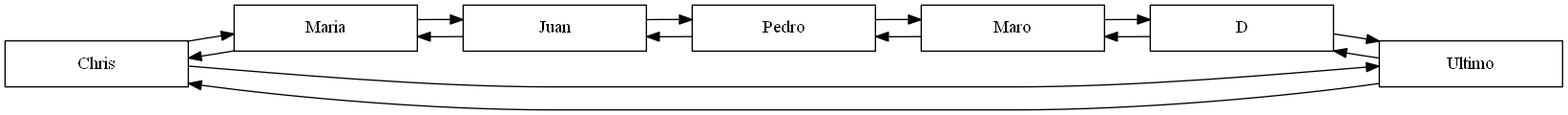
Above: scrabble/ReporteDiccionario.png in ChrisUSAC/EDD_1S2020_PY1_201709272 (Graphviz), before the change. Its source is kept beside it as scrabble/ReporteDiccionario.dot.
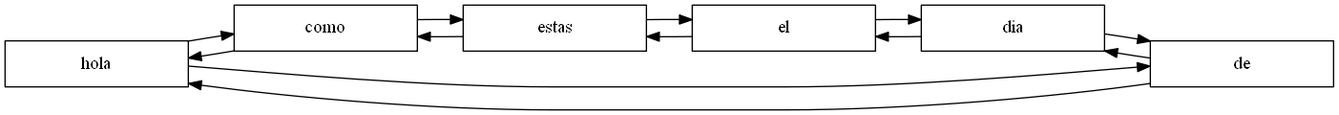
Above is the later version.

Diff of the diagram source:
```diff
@@ -1,13 +1,12 @@
 digraph G{
 rankdir=LR
 node[ shape = box]
-0[label = "Chris" width=2.0 ];
-1[label = "Maria" width=2.0 ];
-2[label = "Juan" width=2.0 ];
-3[label = "Pedro" width=2.0 ];
-4[label = "Maro" width=2.0 ];
-5[label = "D" width=2.0 ];
-6[label = "Ultimo" width=2.0 ];
+0[label = "hola" width=2.0 ];
+1[label = "como" width=2.0 ];
+2[label = "estas" width=2.0 ];
+3[label = "el" width=2.0 ];
+4[label = "dia" width=2.0 ];
+5[label = "de" width=2.0 ];
 0 -> 1[dir = back];
 0 -> 1
 1 -> 2[dir = back];
@@ -18,8 +17,6 @@
 3 -> 4
 4 -> 5[dir = back];
 4 -> 5
-5 -> 6[dir = back];
-5 -> 6
-0 -> 6[dir = back];
-0 -> 6
+0 -> 5[dir = back];
+0 -> 5
 }
```
